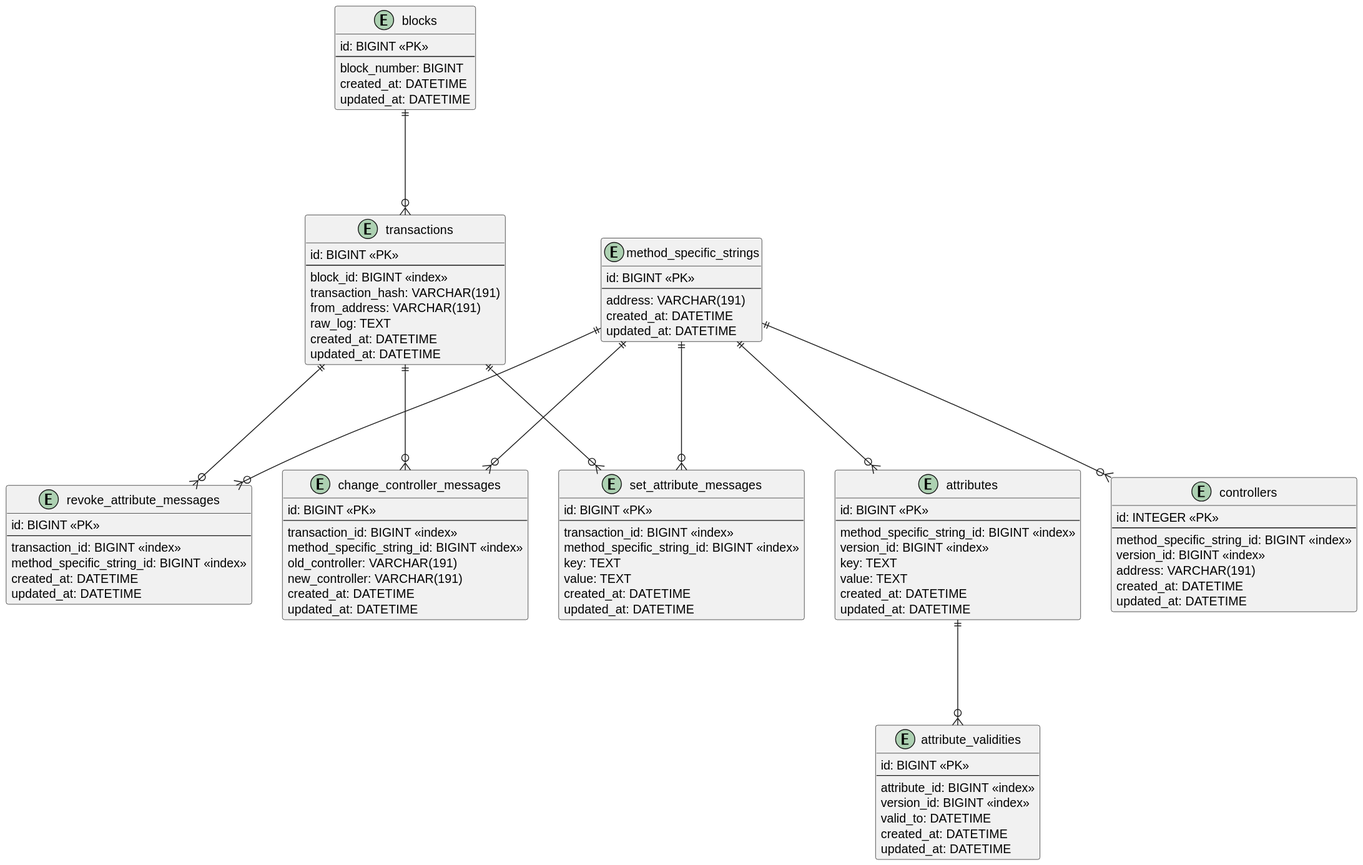
Above: docs/database.svg in EG-easy/grano-did-exporter (PlantUML), before the change.
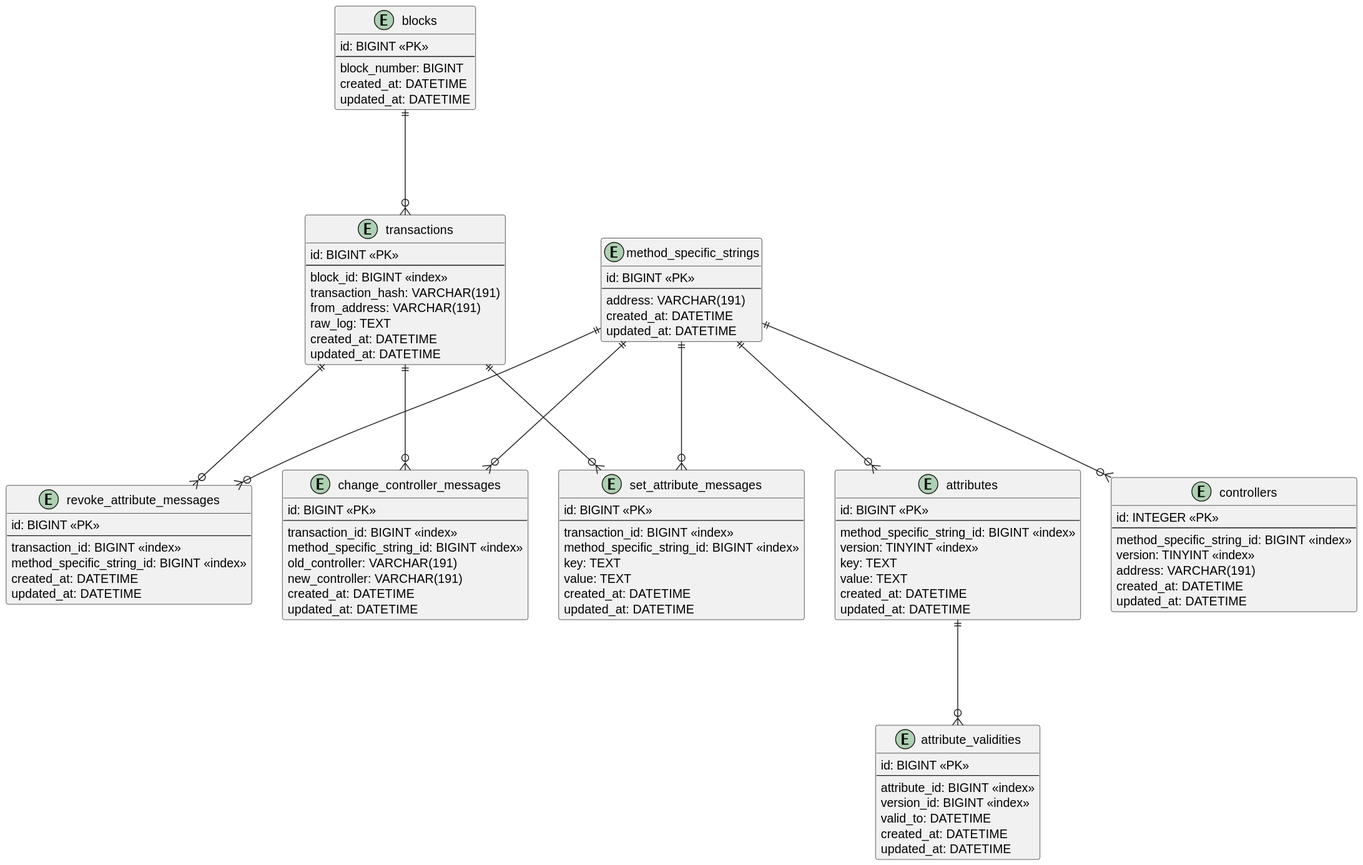
The same diagram one commit later.

Diff of the diagram source:
```diff
@@ -62,7 +62,7 @@
   id: INTEGER <<PK>>
   --
   method_specific_string_id: BIGINT <<index>>
-  version_id: BIGINT <<index>>
+  version: TINYINT <<index>>
   address: VARCHAR(191)
   created_at: DATETIME
   updated_at: DATETIME
@@ -72,7 +72,7 @@
   id: BIGINT <<PK>>
   --
   method_specific_string_id: BIGINT <<index>>
-  version_id: BIGINT <<index>>
+  version: TINYINT <<index>>
   key: TEXT
   value: TEXT
   created_at: DATETIME
```
